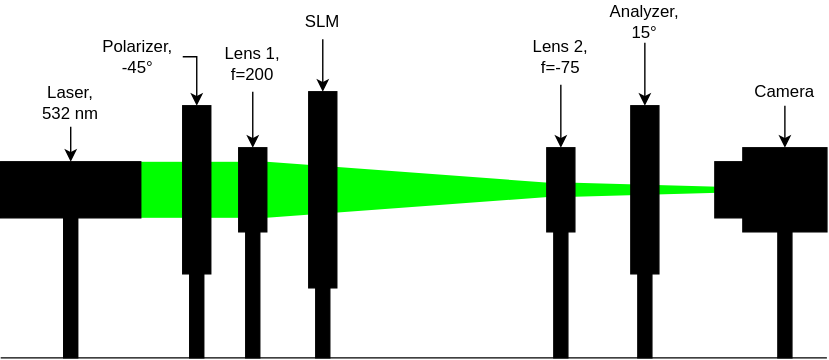
Earlier version of the draw.io export documentation/images/setup_3.svg (nbaehler/mask-designer). Source tidied: cells renumbered, new cells last; positions are measured from the earlier drawing's top-left corner, leaving out a move shared by most shapes.
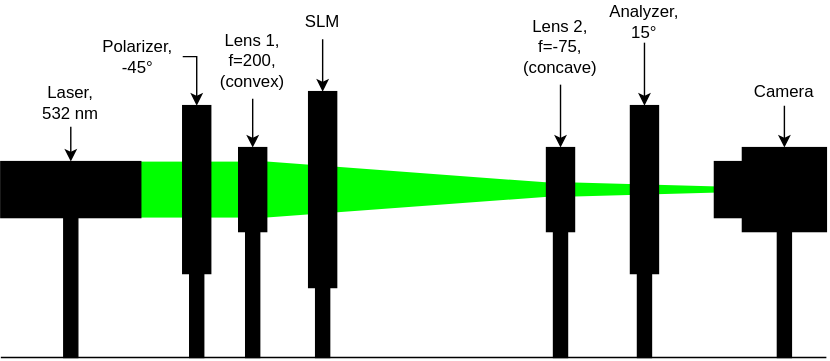
The same diagram one commit later.

The edit, as a diff of the source:
```diff
@@ -62,8 +62,8 @@
     <mxCell id="20" style="edgeStyle=orthogonalEdgeStyle;rounded=0;jettySize=auto;html=1;exitX=0.5;exitY=1;exitDx=0;exitDy=0;" parent="1" edge="1" source="21" target="29">
       <mxGeometry relative="1" as="geometry" />
     </mxCell>
-    <mxCell id="21" value="&lt;div&gt;Lens 1,&lt;/div&gt;&lt;div&gt;f=200&lt;br&gt;&lt;/div&gt;" style="text;html=1;strokeColor=none;fillColor=none;align=center;verticalAlign=middle;whiteSpace=wrap;rounded=0;" parent="1" vertex="1">
-      <mxGeometry x="150" y="25" width="60" height="40" as="geometry" />
+    <mxCell id="21" value="&lt;div&gt;Lens 1,&lt;/div&gt;&lt;div&gt;f=200,&lt;br&gt;&lt;/div&gt;&lt;div&gt;(convex)&lt;br&gt;&lt;/div&gt;" style="text;html=1;strokeColor=none;fillColor=none;align=center;verticalAlign=middle;whiteSpace=wrap;rounded=0;" parent="1" vertex="1">
+      <mxGeometry x="150" y="15" width="60" height="55" as="geometry" />
     </mxCell>
     <mxCell id="22" style="edgeStyle=none;html=1;" parent="1" edge="1" source="23" target="27">
       <mxGeometry relative="1" as="geometry" />
@@ -74,8 +74,8 @@
     <mxCell id="24" style="edgeStyle=orthogonalEdgeStyle;rounded=0;jettySize=auto;html=1;exitX=0.5;exitY=1;exitDx=0;exitDy=0;entryX=0.5;entryY=0;entryDx=0;entryDy=0;" parent="1" edge="1" source="25" target="35">
       <mxGeometry relative="1" as="geometry" />
     </mxCell>
-    <mxCell id="25" value="&lt;div&gt;Lens 2,&lt;/div&gt;&lt;div&gt;f=-75&lt;br&gt;&lt;/div&gt;" style="text;html=1;strokeColor=none;fillColor=none;align=center;verticalAlign=middle;whiteSpace=wrap;rounded=0;" parent="1" vertex="1">
-      <mxGeometry x="370" y="20" width="60" height="40" as="geometry" />
+    <mxCell id="25" value="&lt;div&gt;Lens 2,&lt;/div&gt;&lt;div&gt;f=-75,&lt;br&gt;&lt;/div&gt;&lt;div&gt;(concave)&lt;/div&gt;" style="text;html=1;strokeColor=none;fillColor=none;align=center;verticalAlign=middle;whiteSpace=wrap;rounded=0;" parent="1" vertex="1">
+      <mxGeometry x="370" y="5" width="60" height="55" as="geometry" />
     </mxCell>
     <mxCell id="26" style="rounded=0;whiteSpace=wrap;html=1;fillColor=#000000;" parent="1" vertex="1">
       <mxGeometry x="130" y="75" width="20" height="120" as="geometry" />
```
